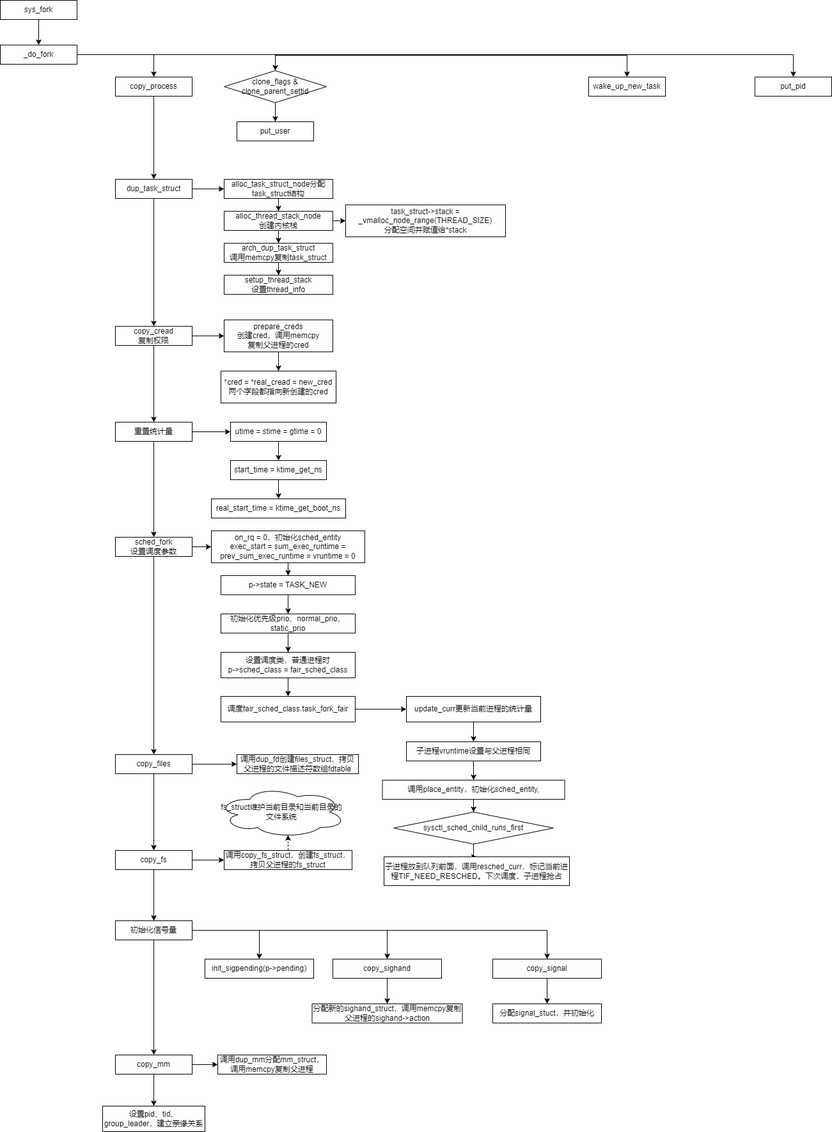
This is 趣谈Linux操作系统/进程与线程的创建.drawio.png from nayitian/drawio, a draw.io export, as it was before one commit. Source tidied: cells renumbered, new cells last; positions are measured from the earlier drawing's top-left corner, leaving out a move shared by most shapes.
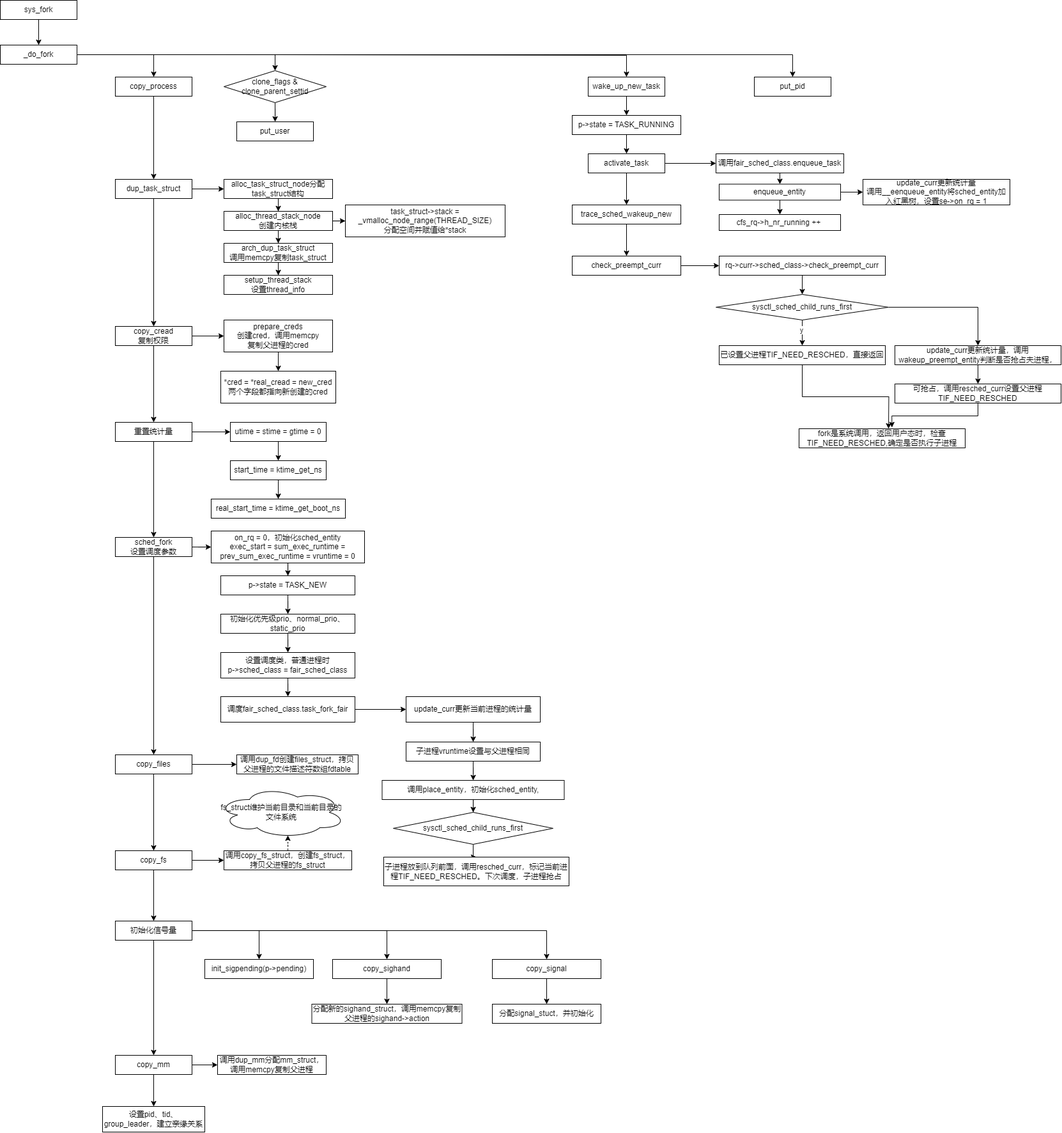
Later version of the same file.

Commit message:
更新进程与线程的创建.drawio.png

The edit, as a diff of the source:
```diff
@@ -45,6 +45,9 @@
     <mxCell id="13" value="clone_flags &amp;amp; clone_parent_settid" style="rhombus;whiteSpace=wrap;html=1;" parent="1" vertex="1">
       <mxGeometry x="350" y="110" width="160" height="50" as="geometry" />
     </mxCell>
+    <mxCell id="91" style="edgeStyle=orthogonalEdgeStyle;rounded=0;jettySize=auto;html=1;exitX=0.5;exitY=1;exitDx=0;exitDy=0;entryX=0.5;entryY=0;entryDx=0;entryDy=0;" parent="1" edge="1" source="14" target="100">
+      <mxGeometry relative="1" as="geometry" />
+    </mxCell>
     <mxCell id="14" value="wake_up_new_task" style="whiteSpace=wrap;html=1;" parent="1" vertex="1">
       <mxGeometry x="920" y="120" width="120" height="30" as="geometry" />
     </mxCell>
@@ -276,5 +279,94 @@
     <mxCell id="90" value="设置pid、tid、group_leader，建立亲缘关系" style="whiteSpace=wrap;html=1;" parent="1" vertex="1">
       <mxGeometry x="160" y="1730" width="160" height="40" as="geometry" />
     </mxCell>
+    <mxCell id="92" style="edgeStyle=orthogonalEdgeStyle;rounded=0;jettySize=auto;html=1;exitX=0.5;exitY=1;exitDx=0;exitDy=0;" parent="1" edge="1" source="94" target="96">
+      <mxGeometry relative="1" as="geometry" />
+    </mxCell>
+    <mxCell id="93" style="edgeStyle=orthogonalEdgeStyle;rounded=0;jettySize=auto;html=1;exitX=1;exitY=0.5;exitDx=0;exitDy=0;" parent="1" edge="1" source="94" target="102">
+      <mxGeometry relative="1" as="geometry" />
+    </mxCell>
+    <mxCell id="94" value="activate_task" style="whiteSpace=wrap;html=1;" parent="1" vertex="1">
+      <mxGeometry x="920" y="240" width="120" height="30" as="geometry" />
+    </mxCell>
+    <mxCell id="95" style="edgeStyle=orthogonalEdgeStyle;rounded=0;jettySize=auto;html=1;exitX=0.5;exitY=1;exitDx=0;exitDy=0;" parent="1" edge="1" source="96" target="98">
+      <mxGeometry relative="1" as="geometry" />
+    </mxCell>
+    <mxCell id="96" value="trace_sched_wakeup_new" style="whiteSpace=wrap;html=1;" parent="1" vertex="1">
+      <mxGeometry x="895" y="320" width="170" height="30" as="geometry" />
+    </mxCell>
+    <mxCell id="97" style="edgeStyle=orthogonalEdgeStyle;rounded=0;jettySize=auto;html=1;exitX=1;exitY=0.5;exitDx=0;exitDy=0;entryX=0;entryY=0.5;entryDx=0;entryDy=0;" parent="1" edge="1" source="98" target="109">
+      <mxGeometry relative="1" as="geometry" />
+    </mxCell>
+    <mxCell id="98" value="check_preempt_curr" style="whiteSpace=wrap;html=1;" parent="1" vertex="1">
+      <mxGeometry x="895" y="400" width="170" height="30" as="geometry" />
+    </mxCell>
+    <mxCell id="99" style="edgeStyle=orthogonalEdgeStyle;rounded=0;jettySize=auto;html=1;exitX=0.5;exitY=1;exitDx=0;exitDy=0;entryX=0.5;entryY=0;entryDx=0;entryDy=0;" parent="1" edge="1" source="100" target="94">
+      <mxGeometry relative="1" as="geometry" />
+    </mxCell>
+    <mxCell id="100" value="p-&amp;gt;state = TASK_RUNNING" style="whiteSpace=wrap;html=1;" parent="1" vertex="1">
+      <mxGeometry x="895" y="180" width="170" height="30" as="geometry" />
+    </mxCell>
+    <mxCell id="101" style="edgeStyle=orthogonalEdgeStyle;rounded=0;jettySize=auto;html=1;exitX=0.5;exitY=1;exitDx=0;exitDy=0;entryX=0.5;entryY=0;entryDx=0;entryDy=0;" parent="1" edge="1" source="102" target="105">
+      <mxGeometry relative="1" as="geometry" />
+    </mxCell>
+    <mxCell id="102" value="调用fair_sched_class.enqueue_task" style="whiteSpace=wrap;html=1;" parent="1" vertex="1">
+      <mxGeometry x="1120" y="240" width="200" height="30" as="geometry" />
+    </mxCell>
+    <mxCell id="103" style="edgeStyle=orthogonalEdgeStyle;rounded=0;jettySize=auto;html=1;exitX=1;exitY=0.5;exitDx=0;exitDy=0;entryX=0;entryY=0.5;entryDx=0;entryDy=0;" parent="1" edge="1" source="105" target="106">
+      <mxGeometry relative="1" as="geometry" />
+    </mxCell>
+    <mxCell id="104" style="edgeStyle=orthogonalEdgeStyle;rounded=0;jettySize=auto;html=1;exitX=0.5;exitY=1;exitDx=0;exitDy=0;entryX=0.5;entryY=0;entryDx=0;entryDy=0;" parent="1" edge="1" source="105" target="107">
+      <mxGeometry relative="1" as="geometry" />
+    </mxCell>
+    <mxCell id="105" value="enqueue_entity" style="whiteSpace=wrap;html=1;" parent="1" vertex="1">
+      <mxGeometry x="1125" y="287.5" width="190" height="25" as="geometry" />
+    </mxCell>
+    <mxCell id="106" value="update_curr更新统计量&lt;br&gt;调用__eenqueue_entity将sched_entity加入红黑树，设置se-&amp;gt;on_rq = 1" style="whiteSpace=wrap;html=1;" parent="1" vertex="1">
+      <mxGeometry x="1350" y="280" width="230" height="40" as="geometry" />
+    </mxCell>
+    <mxCell id="107" value="cfs_rq-&amp;gt;h_nr_running ++&amp;nbsp;" style="whiteSpace=wrap;html=1;" parent="1" vertex="1">
+      <mxGeometry x="1125" y="335" width="190" height="25" as="geometry" />
+    </mxCell>
+    <mxCell id="108" style="edgeStyle=orthogonalEdgeStyle;rounded=0;jettySize=auto;html=1;exitX=0.5;exitY=1;exitDx=0;exitDy=0;entryX=0.5;entryY=0;entryDx=0;entryDy=0;" parent="1" edge="1" source="109" target="113">
+      <mxGeometry relative="1" as="geometry" />
+    </mxCell>
+    <mxCell id="109" value="rq-&amp;gt;curr-&amp;gt;sched_class-&amp;gt;check_preempt_curr" style="whiteSpace=wrap;html=1;" parent="1" vertex="1">
+      <mxGeometry x="1125" y="400" width="260" height="30" as="geometry" />
+    </mxCell>
+    <mxCell id="110" style="edgeStyle=orthogonalEdgeStyle;rounded=0;jettySize=auto;html=1;exitX=0.5;exitY=1;exitDx=0;exitDy=0;entryX=0.5;entryY=0;entryDx=0;entryDy=0;" parent="1" edge="1" source="113" target="115">
+      <mxGeometry relative="1" as="geometry" />
+    </mxCell>
+    <mxCell id="111" value="y" style="edgeLabel;html=1;align=center;verticalAlign=middle;" parent="110" vertex="1">
+      <mxGeometry x="-0.22" y="-1" relative="1" as="geometry" />
+    </mxCell>
+    <mxCell id="112" style="edgeStyle=orthogonalEdgeStyle;rounded=0;jettySize=auto;html=1;exitX=1;exitY=0.5;exitDx=0;exitDy=0;entryX=0.5;entryY=0;entryDx=0;entryDy=0;" parent="1" edge="1" source="113" target="117">
+      <mxGeometry relative="1" as="geometry" />
+    </mxCell>
+    <mxCell id="113" value="sysctl_sched_child_runs_first" style="rhombus;whiteSpace=wrap;html=1;" parent="1" vertex="1">
+      <mxGeometry x="1120" y="460" width="270" height="40" as="geometry" />
+    </mxCell>
+    <mxCell id="114" style="edgeStyle=orthogonalEdgeStyle;rounded=0;jettySize=auto;html=1;exitX=0.5;exitY=1;exitDx=0;exitDy=0;" parent="1" edge="1" source="115">
+      <mxGeometry relative="1" as="geometry">
+        <mxPoint x="1390" y="670" as="targetPoint" />
+      </mxGeometry>
+    </mxCell>
+    <mxCell id="115" value="已设置父进程TIF_NEED_RESCHED，直接返回" style="whiteSpace=wrap;html=1;" parent="1" vertex="1">
+      <mxGeometry x="1125" y="540" width="260" height="30" as="geometry" />
+    </mxCell>
+    <mxCell id="116" style="edgeStyle=orthogonalEdgeStyle;rounded=0;jettySize=auto;html=1;exitX=0.5;exitY=1;exitDx=0;exitDy=0;entryX=0.5;entryY=0;entryDx=0;entryDy=0;" parent="1" edge="1" source="117" target="118">
+      <mxGeometry relative="1" as="geometry" />
+    </mxCell>
+    <mxCell id="117" value="update_curr更新统计量，调用wakeup_preempt_entity判断是否抢占夫进程，" style="whiteSpace=wrap;html=1;" parent="1" vertex="1">
+      <mxGeometry x="1400" y="540" width="260" height="30" as="geometry" />
+    </mxCell>
+    <mxCell id="118" value="可抢占，调用resched_curr设置父进程TIF_NEED_RESCHED" style="whiteSpace=wrap;html=1;" parent="1" vertex="1">
+      <mxGeometry x="1400" y="600" width="260" height="30" as="geometry" />
+    </mxCell>
+    <mxCell id="119" value="fork是系统调用，返回用户态时，检查TIF_NEED_RESCHED,确定是否执行子进程" style="whiteSpace=wrap;html=1;" parent="1" vertex="1">
+      <mxGeometry x="1250" y="670" width="260" height="30" as="geometry" />
+    </mxCell>
+    <mxCell id="120" style="edgeStyle=orthogonalEdgeStyle;rounded=0;jettySize=auto;html=1;exitX=0.5;exitY=1;exitDx=0;exitDy=0;entryX=0.559;entryY=-0.067;entryDx=0;entryDy=0;entryPerimeter=0;" parent="1" edge="1" source="118" target="119">
+      <mxGeometry relative="1" as="geometry" />
+    </mxCell>
   </root>
 </mxGraphModel>
```
